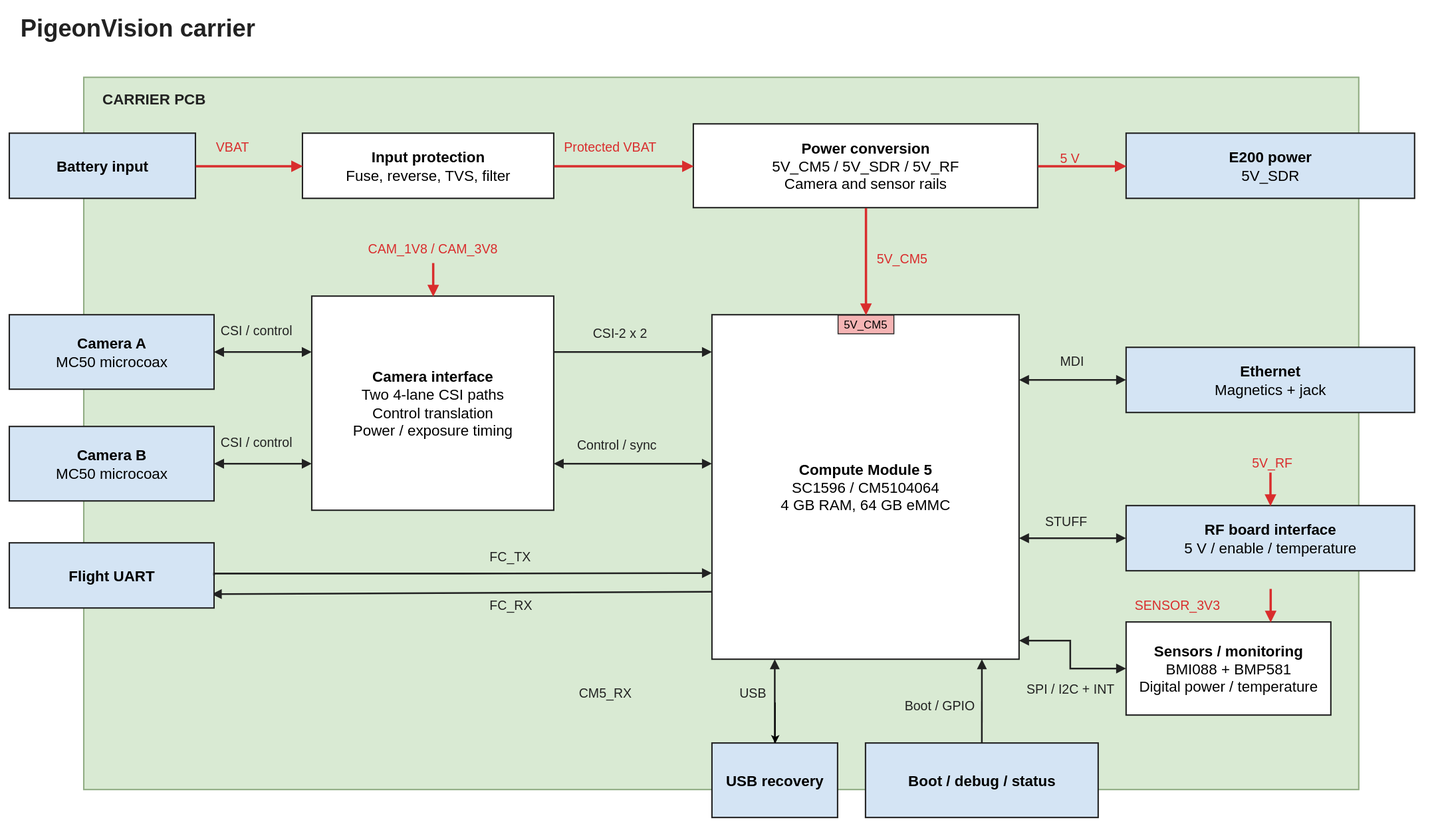
The draw.io diagram hardware/carrier/block-diagram.svg in stanford-ssi/PigeonVision, before a commit. Source tidied: cells renumbered, new cells last; positions are measured from the earlier drawing's top-left corner, leaving out a move shared by most shapes.
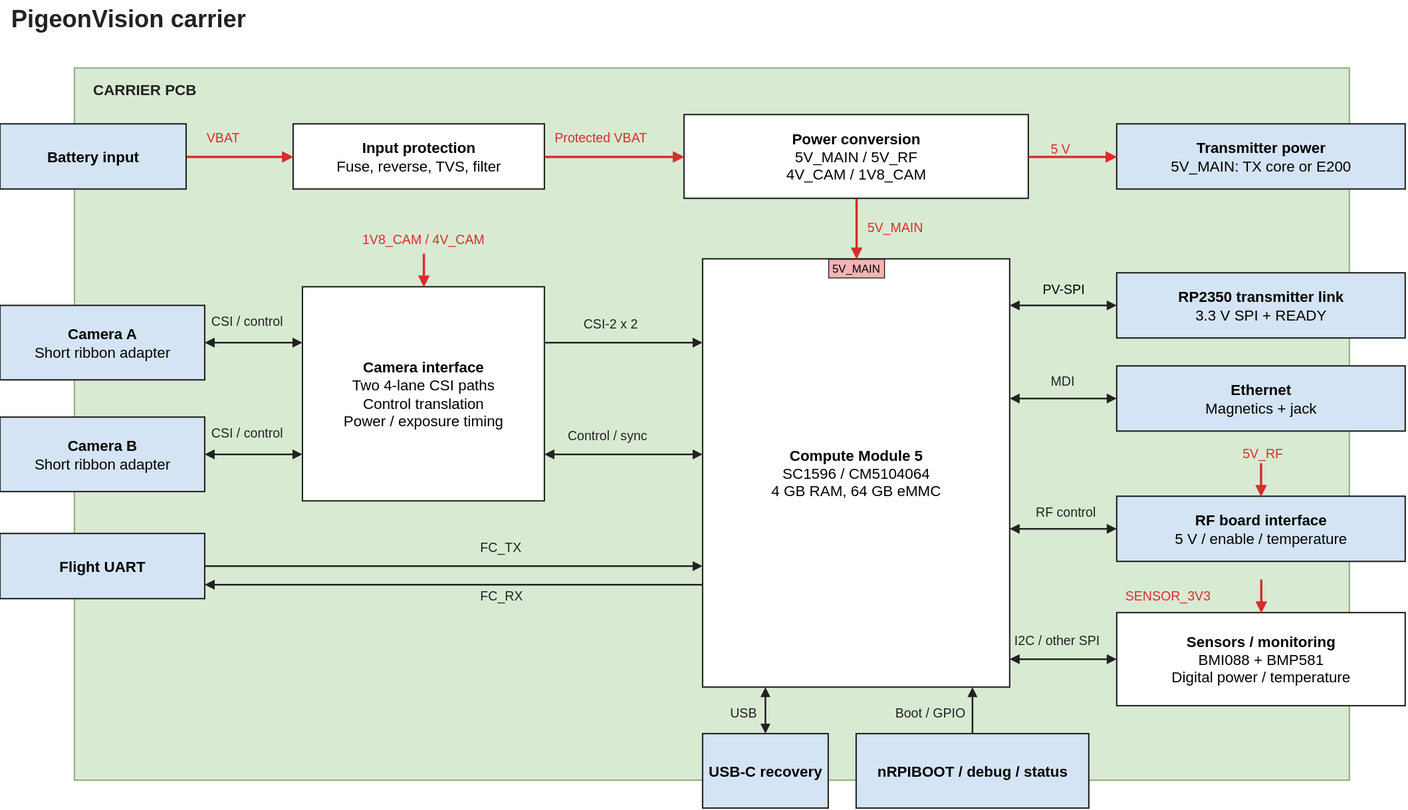
The same file after the commit.

What changed in the source:
```diff
@@ -19,6 +19,6 @@
     </mxCell>
-    <mxCell id="7" value="&lt;b&gt;Power conversion&lt;/b&gt;&lt;br&gt;5V_CM5 / 5V_SDR / 5V_RF&lt;br&gt;Camera and sensor rails" style="rounded=0;whiteSpace=wrap;html=1;fontFamily=Arial;fillColor=#ffffff;strokeColor=#222222;strokeWidth=1.5;align=center;verticalAlign=middle;fontSize=16;spacing=5;" parent="1" vertex="1">
+    <mxCell id="7" value="&lt;b&gt;Power conversion&lt;/b&gt;&lt;br&gt;5V_MAIN / 5V_RF&lt;br&gt;4V_CAM / 1V8_CAM" style="rounded=0;whiteSpace=wrap;html=1;fontFamily=Arial;fillColor=#ffffff;strokeColor=#222222;strokeWidth=1.5;align=center;verticalAlign=middle;fontSize=16;spacing=5;" parent="1" vertex="1">
       <mxGeometry x="735" y="123" width="370" height="90" as="geometry" />
     </mxCell>
-    <mxCell id="8" value="&lt;b&gt;E200 power&lt;/b&gt;&lt;br&gt;5V_SDR" style="rounded=0;whiteSpace=wrap;html=1;fontFamily=Arial;fillColor=#d4e4f4;strokeColor=#222222;strokeWidth=1.5;align=center;verticalAlign=middle;fontSize=16;spacing=5;" parent="1" vertex="1">
+    <mxCell id="8" value="&lt;b&gt;Transmitter power&lt;/b&gt;&lt;br&gt;5V_MAIN: TX core or E200" style="rounded=0;whiteSpace=wrap;html=1;fontFamily=Arial;fillColor=#d4e4f4;strokeColor=#222222;strokeWidth=1.5;align=center;verticalAlign=middle;fontSize=16;spacing=5;" parent="1" vertex="1">
       <mxGeometry x="1200" y="133" width="310" height="70" as="geometry" />
@@ -43,6 +43,6 @@
     </mxCell>
-    <mxCell id="15" value="&lt;b&gt;Camera A&lt;/b&gt;&lt;br&gt;MC50 microcoax" style="rounded=0;whiteSpace=wrap;html=1;fontFamily=Arial;fillColor=#d4e4f4;strokeColor=#222222;strokeWidth=1.5;align=center;verticalAlign=middle;fontSize=16;spacing=5;" parent="1" vertex="1">
+    <mxCell id="15" value="&lt;b&gt;Camera A&lt;/b&gt;&lt;br&gt;Short ribbon adapter" style="rounded=0;whiteSpace=wrap;html=1;fontFamily=Arial;fillColor=#d4e4f4;strokeColor=#222222;strokeWidth=1.5;align=center;verticalAlign=middle;fontSize=16;spacing=5;" parent="1" vertex="1">
       <mxGeometry y="328" width="220" height="80" as="geometry" />
     </mxCell>
-    <mxCell id="16" value="&lt;b&gt;Camera B&lt;/b&gt;&lt;br&gt;MC50 microcoax" style="rounded=0;whiteSpace=wrap;html=1;fontFamily=Arial;fillColor=#d4e4f4;strokeColor=#222222;strokeWidth=1.5;align=center;verticalAlign=middle;fontSize=16;spacing=5;" parent="1" vertex="1">
+    <mxCell id="16" value="&lt;b&gt;Camera B&lt;/b&gt;&lt;br&gt;Short ribbon adapter" style="rounded=0;whiteSpace=wrap;html=1;fontFamily=Arial;fillColor=#d4e4f4;strokeColor=#222222;strokeWidth=1.5;align=center;verticalAlign=middle;fontSize=16;spacing=5;" parent="1" vertex="1">
       <mxGeometry y="448" width="220" height="80" as="geometry" />
@@ -52,3 +52,3 @@
     </mxCell>
-    <mxCell id="18" style="edgeStyle=none;html=1;entryX=0.989;entryY=0.788;entryDx=0;entryDy=0;rounded=0;strokeColor=#222222;strokeWidth=1.8;align=center;verticalAlign=middle;fontFamily=Helvetica;fontSize=11;fontColor=default;labelBackgroundColor=default;startArrow=none;startFill=1;endArrow=block;endFill=1;exitX=0.004;exitY=0.804;exitDx=0;exitDy=0;exitPerimeter=0;entryPerimeter=0;" parent="1" edge="1" source="19" target="41">
+    <mxCell id="18" style="edgeStyle=orthogonalEdgeStyle;html=1;entryX=1;entryY=0.7857142857142857;rounded=0;strokeColor=#222222;strokeWidth=1.8;align=center;verticalAlign=middle;fontFamily=Arial;fontSize=14;fontColor=default;labelBackgroundColor=default;startArrow=none;startFill=1;endArrow=block;endFill=1;exitX=0;exitY=0.7608695652173914;exitPerimeter=0;entryPerimeter=0;jettySize=0;" parent="1" edge="1" source="19" target="41">
       <mxGeometry relative="1" as="geometry" />
@@ -56,5 +56,5 @@
     <mxCell id="19" value="&lt;b&gt;Compute Module 5&lt;/b&gt;&lt;br&gt;SC1596 / CM5104064&lt;br&gt;4 GB RAM, 64 GB eMMC" style="rounded=0;whiteSpace=wrap;html=1;fontFamily=Arial;fillColor=#ffffff;strokeColor=#222222;strokeWidth=1.5;align=center;verticalAlign=middle;fontSize=16;spacing=5;" parent="1" vertex="1">
-      <mxGeometry x="755" y="328" width="330" height="370" as="geometry" />
+      <mxGeometry x="755" y="278" width="330" height="460" as="geometry" />
     </mxCell>
-    <mxCell id="20" value="5V_CM5" style="rounded=0;html=0;fontFamily=Arial;fillColor=#f5b4b4;strokeColor=#222222;fontSize=12;align=center;" parent="19" vertex="1">
+    <mxCell id="20" value="5V_MAIN" style="rounded=0;html=0;fontFamily=Arial;fillColor=#f5b4b4;strokeColor=#222222;fontSize=12;align=center;" parent="19" vertex="1">
       <mxGeometry x="135" width="60" height="20" as="geometry" />
@@ -67,3 +67,3 @@
     </mxCell>
-    <mxCell id="22" value="CAM_1V8 / CAM_3V8" style="text;html=0;align=center;verticalAlign=middle;fillColor=none;strokeColor=none;fontFamily=Arial;fontSize=14;fontColor=#d92d2d;fontStyle=0;" parent="1" vertex="1">
+    <mxCell id="22" value="1V8_CAM / 4V_CAM" style="text;html=0;align=center;verticalAlign=middle;fillColor=none;strokeColor=none;fontFamily=Arial;fontSize=14;fontColor=#d92d2d;fontStyle=0;" parent="1" vertex="1">
       <mxGeometry x="380" y="245" width="150" height="22" as="geometry" />
@@ -73,4 +73,4 @@
     </mxCell>
-    <mxCell id="24" value="5V_CM5" style="text;html=0;align=left;verticalAlign=middle;fillColor=none;strokeColor=none;fontFamily=Arial;fontSize=14;fontColor=#d92d2d;fontStyle=0;" parent="1" vertex="1">
-      <mxGeometry x="930" y="256" width="80" height="22" as="geometry" />
+    <mxCell id="24" value="5V_MAIN" style="text;html=0;align=left;verticalAlign=middle;fillColor=none;strokeColor=none;fontFamily=Arial;fontSize=14;fontColor=#d92d2d;fontStyle=0;" parent="1" vertex="1">
+      <mxGeometry x="930" y="232" width="80" height="22" as="geometry" />
     </mxCell>
@@ -88,3 +88,3 @@
     </mxCell>
-    <mxCell id="29" style="edgeStyle=orthogonalEdgeStyle;jettySize=0;rounded=0;html=0;strokeColor=#222222;strokeWidth=1.8;endArrow=block;endFill=1;startArrow=none;startFill=1;exitX=1;exitY=0.2608695652173913;exitPerimeter=0;entryX=0;entryY=0.10810810810810811;entryPerimeter=0;" parent="1" edge="1" source="17" target="19">
+    <mxCell id="29" style="edgeStyle=orthogonalEdgeStyle;jettySize=0;rounded=0;html=0;strokeColor=#222222;strokeWidth=1.8;endArrow=block;endFill=1;startArrow=none;startFill=1;exitX=1;exitY=0.2608695652173913;exitPerimeter=0;entryX=0;entryY=0.1956521739130435;entryPerimeter=0;fontFamily=Arial;fontSize=14;" parent="1" edge="1" source="17" target="19">
       <mxGeometry relative="1" as="geometry" />
@@ -94,3 +94,3 @@
     </mxCell>
-    <mxCell id="31" style="edgeStyle=orthogonalEdgeStyle;jettySize=0;rounded=0;html=0;strokeColor=#222222;strokeWidth=1.8;endArrow=block;endFill=1;startArrow=block;startFill=1;exitX=0;exitY=0.43243243243243246;exitPerimeter=0;entryX=1;entryY=0.782608695652174;entryPerimeter=0;" parent="1" edge="1" source="19" target="17">
+    <mxCell id="31" style="edgeStyle=orthogonalEdgeStyle;jettySize=0;rounded=0;html=0;strokeColor=#222222;strokeWidth=1.8;endArrow=block;endFill=1;startArrow=block;startFill=1;exitX=0;exitY=0.45652173913043476;exitPerimeter=0;entryX=1;entryY=0.782608695652174;entryPerimeter=0;fontFamily=Arial;fontSize=14;" parent="1" edge="1" source="19" target="17">
       <mxGeometry relative="1" as="geometry" />
@@ -101,5 +101,5 @@
     <mxCell id="33" value="&lt;b&gt;Ethernet&lt;/b&gt;&lt;br&gt;Magnetics + jack" style="rounded=0;whiteSpace=wrap;html=1;fontFamily=Arial;fillColor=#d4e4f4;strokeColor=#222222;strokeWidth=1.5;align=center;verticalAlign=middle;fontSize=16;spacing=5;" parent="1" vertex="1">
-      <mxGeometry x="1200" y="363" width="310" height="70" as="geometry" />
+      <mxGeometry x="1200" y="393" width="310" height="70" as="geometry" />
     </mxCell>
-    <mxCell id="34" style="edgeStyle=orthogonalEdgeStyle;jettySize=0;rounded=0;html=0;strokeColor=#222222;strokeWidth=1.8;endArrow=block;endFill=1;startArrow=block;startFill=1;exitX=1;exitY=0.1891891891891892;exitPerimeter=0;entryX=0;entryY=0.5;entryPerimeter=0;" parent="1" edge="1" source="19" target="33">
+    <mxCell id="34" style="edgeStyle=orthogonalEdgeStyle;jettySize=0;rounded=0;html=0;strokeColor=#222222;strokeWidth=1.8;endArrow=block;endFill=1;startArrow=block;startFill=1;exitX=1;exitY=0.32608695652173914;exitPerimeter=0;entryX=0;entryY=0.5;entryPerimeter=0;fontFamily=Arial;fontSize=14;" parent="1" edge="1" source="19" target="33">
       <mxGeometry relative="1" as="geometry" />
@@ -107,3 +107,3 @@
     <mxCell id="35" value="MDI" style="text;html=0;align=left;verticalAlign=middle;fillColor=none;strokeColor=none;fontFamily=Arial;fontSize=14;fontColor=#222222;fontStyle=0;" parent="1" vertex="1">
-      <mxGeometry x="1127" y="366" width="80" height="22" as="geometry" />
+      <mxGeometry x="1127" y="397" width="80" height="22" as="geometry" />
     </mxCell>
@@ -112,11 +112,6 @@
     </mxCell>
-    <mxCell id="37" style="edgeStyle=orthogonalEdgeStyle;jettySize=0;rounded=0;html=0;strokeColor=#222222;strokeWidth=1.8;endArrow=block;endFill=1;startArrow=block;startFill=1;entryX=0;entryY=0.5;entryPerimeter=0;" parent="1" edge="1" target="36">
-      <mxGeometry relative="1" as="geometry">
-        <mxPoint x="1085" y="568" as="sourcePoint" />
-        <Array as="points">
-          <mxPoint x="1085" y="568" />
-        </Array>
-      </mxGeometry>
+    <mxCell id="37" style="edgeStyle=orthogonalEdgeStyle;jettySize=0;rounded=0;html=0;strokeColor=#222222;strokeWidth=1.8;endArrow=block;endFill=1;startArrow=block;startFill=1;entryX=0;entryY=0.5;entryPerimeter=0;exitX=1;exitY=0.6304347826086957;exitPerimeter=0;fontFamily=Arial;fontSize=14;" parent="1" edge="1" source="19" target="36">
+      <mxGeometry relative="1" as="geometry" />
     </mxCell>
-    <mxCell id="38" value="STUFF" style="text;html=0;align=left;verticalAlign=middle;fillColor=none;strokeColor=none;fontFamily=Arial;fontSize=14;fontColor=#222222;fontStyle=0;" parent="1" vertex="1">
+    <mxCell id="38" value="RF control" style="text;html=0;align=left;verticalAlign=middle;fillColor=none;strokeColor=none;fontFamily=Arial;fontSize=14;fontColor=#222222;fontStyle=0;" parent="1" vertex="1">
       <mxGeometry x="1111" y="538" width="80" height="22" as="geometry" />
@@ -135,9 +130,4 @@
     </mxCell>
-    <mxCell id="42" style="edgeStyle=orthogonalEdgeStyle;jettySize=0;rounded=0;html=0;strokeColor=#222222;strokeWidth=1.8;endArrow=block;endFill=1;startArrow=none;startFill=1;exitX=1;exitY=0.5;exitPerimeter=0;entryX=0;entryY=0.75;entryDx=0;entryDy=0;" parent="1" edge="1" source="41" target="19">
-      <mxGeometry relative="1" as="geometry">
-        <Array as="points">
-          <mxPoint x="220" y="606" />
-          <mxPoint x="488" y="606" />
-        </Array>
-      </mxGeometry>
+    <mxCell id="42" style="edgeStyle=orthogonalEdgeStyle;jettySize=0;rounded=0;html=0;strokeColor=#222222;strokeWidth=1.8;endArrow=block;endFill=1;startArrow=none;startFill=1;exitX=1;exitY=0.5;exitPerimeter=0;entryX=0;entryY=0.717391304347826;entryPerimeter=0;fontFamily=Arial;fontSize=14;" parent="1" edge="1" source="41" target="19">
+      <mxGeometry relative="1" as="geometry" />
     </mxCell>
@@ -146,7 +136,4 @@
     </mxCell>
-    <mxCell id="44" value="CM5_RX" style="text;html=0;align=left;verticalAlign=middle;fillColor=none;strokeColor=none;fontFamily=Arial;fontSize=14;fontColor=#222222;fontStyle=0;" parent="1" vertex="1">
-      <mxGeometry x="610" y="722" width="80" height="22" as="geometry" />
-    </mxCell>
     <mxCell id="45" value="&lt;b&gt;Sensors / monitoring&lt;/b&gt;&lt;br&gt;BMI088 + BMP581&lt;br&gt;Digital power / temperature" style="rounded=0;whiteSpace=wrap;html=1;fontFamily=Arial;fillColor=#ffffff;strokeColor=#222222;strokeWidth=1.5;align=center;verticalAlign=middle;fontSize=16;spacing=5;" parent="1" vertex="1">
-      <mxGeometry x="1200" y="658" width="220" height="100" as="geometry" />
+      <mxGeometry x="1200" y="658" width="310" height="100" as="geometry" />
     </mxCell>
@@ -161,32 +148,22 @@
     </mxCell>
-    <mxCell id="48" style="edgeStyle=orthogonalEdgeStyle;jettySize=0;rounded=0;html=0;strokeColor=#222222;strokeWidth=1.8;endArrow=block;endFill=1;startArrow=block;startFill=1;exitX=0;exitY=0.5;exitPerimeter=0;entryX=1;entryY=0.9459459459459459;entryPerimeter=0;" parent="1" edge="1" source="45" target="19">
-      <mxGeometry relative="1" as="geometry">
-        <Array as="points">
-          <mxPoint x="1140" y="708" />
-          <mxPoint x="1140" y="678" />
-        </Array>
-      </mxGeometry>
+    <mxCell id="48" style="edgeStyle=orthogonalEdgeStyle;jettySize=0;rounded=0;html=0;strokeColor=#222222;strokeWidth=1.8;endArrow=block;endFill=1;startArrow=block;startFill=1;exitX=0;exitY=0.5;exitPerimeter=0;entryX=1;entryY=0.9347826086956522;entryPerimeter=0;fontFamily=Arial;fontSize=14;" parent="1" edge="1" source="45" target="19">
+      <mxGeometry relative="1" as="geometry" />
     </mxCell>
-    <mxCell id="49" value="SPI / I2C + INT" style="text;html=0;align=left;verticalAlign=middle;fillColor=none;strokeColor=none;fontFamily=Arial;fontSize=14;fontColor=#222222;fontStyle=0;" parent="1" vertex="1">
-      <mxGeometry x="1091" y="718" width="120" height="22" as="geometry" />
+    <mxCell id="49" value="I2C / other SPI" style="text;html=0;align=left;verticalAlign=middle;fillColor=none;strokeColor=none;fontFamily=Arial;fontSize=14;fontColor=#222222;fontStyle=0;" parent="1" vertex="1">
+      <mxGeometry x="1088" y="676" width="120" height="22" as="geometry" />
     </mxCell>
-    <mxCell id="50" style="edgeStyle=none;html=1;rounded=0;strokeColor=#222222;strokeWidth=1.8;align=center;verticalAlign=middle;fontFamily=Helvetica;fontSize=11;fontColor=default;labelBackgroundColor=default;startArrow=none;startFill=1;endArrow=block;endFill=1;" parent="1" edge="1" source="51">
-      <mxGeometry relative="1" as="geometry">
-        <mxPoint x="822.5" y="698" as="targetPoint" />
-      </mxGeometry>
+    <mxCell id="50" style="edgeStyle=orthogonalEdgeStyle;html=1;rounded=0;strokeColor=#222222;strokeWidth=1.8;align=center;verticalAlign=middle;fontFamily=Arial;fontSize=14;fontColor=default;labelBackgroundColor=default;endArrow=block;endFill=1;jettySize=0;exitX=0.5;exitY=0;entryX=0.20454545454545456;entryY=1;exitPerimeter=0;entryPerimeter=0;startArrow=block;startFill=1;" parent="1" edge="1" source="51" target="19">
+      <mxGeometry relative="1" as="geometry" />
     </mxCell>
-    <mxCell id="51" value="&lt;b&gt;USB recovery&lt;/b&gt;" style="rounded=0;whiteSpace=wrap;html=1;fontFamily=Arial;fillColor=#d4e4f4;strokeColor=#222222;strokeWidth=1.5;align=center;verticalAlign=middle;fontSize=16;spacing=5;" parent="1" vertex="1">
+    <mxCell id="51" value="&lt;b&gt;USB-C recovery&lt;/b&gt;" style="rounded=0;whiteSpace=wrap;html=1;fontFamily=Arial;fillColor=#d4e4f4;strokeColor=#222222;strokeWidth=1.5;align=center;verticalAlign=middle;fontSize=16;spacing=5;" parent="1" vertex="1">
       <mxGeometry x="755" y="788" width="135" height="80" as="geometry" />
     </mxCell>
-    <mxCell id="52" value="&lt;b&gt;Boot / debug / status&lt;/b&gt;" style="rounded=0;whiteSpace=wrap;html=1;fontFamily=Arial;fillColor=#d4e4f4;strokeColor=#222222;strokeWidth=1.5;align=center;verticalAlign=middle;fontSize=16;spacing=5;" parent="1" vertex="1">
+    <mxCell id="52" value="&lt;b&gt;nRPIBOOT / debug / status&lt;/b&gt;" style="rounded=0;whiteSpace=wrap;html=1;fontFamily=Arial;fillColor=#d4e4f4;strokeColor=#222222;strokeWidth=1.5;align=center;verticalAlign=middle;fontSize=16;spacing=5;" parent="1" vertex="1">
       <mxGeometry x="920" y="788" width="250" height="80" as="geometry" />
     </mxCell>
-    <mxCell id="53" style="edgeStyle=none;html=1;" parent="1" edge="1" source="54" target="51">
-      <mxGeometry relative="1" as="geometry" />
-    </mxCell>
     <mxCell id="54" value="USB" style="text;html=0;align=left;verticalAlign=middle;fillColor=none;strokeColor=none;fontFamily=Arial;fontSize=14;fontColor=#222222;fontStyle=0;" parent="1" vertex="1">
-      <mxGeometry x="782.5" y="722" width="80" height="22" as="geometry" />
+      <mxGeometry x="782.5" y="754" width="80" height="22" as="geometry" />
     </mxCell>
     <mxCell id="55" value="Boot / GPIO" style="text;html=0;align=left;verticalAlign=middle;fillColor=none;strokeColor=none;fontFamily=Arial;fontSize=14;fontColor=#222222;fontStyle=0;" parent="1" vertex="1">
-      <mxGeometry x="960" y="736" width="88" height="22" as="geometry" />
+      <mxGeometry x="960" y="754" width="88" height="22" as="geometry" />
     </mxCell>
@@ -195,5 +172,13 @@
     </mxCell>
-    <mxCell id="57" style="edgeStyle=none;html=1;entryX=0.879;entryY=1;entryDx=0;entryDy=0;entryPerimeter=0;rounded=0;strokeColor=#222222;strokeWidth=1.8;align=center;verticalAlign=middle;fontFamily=Helvetica;fontSize=11;fontColor=default;labelBackgroundColor=default;startArrow=none;startFill=1;endArrow=block;endFill=1;" parent="1" edge="1" source="52" target="19">
+    <mxCell id="57" style="edgeStyle=orthogonalEdgeStyle;html=1;entryX=0.8787878787878788;entryY=1;entryPerimeter=0;rounded=0;strokeColor=#222222;strokeWidth=1.8;align=center;verticalAlign=middle;fontFamily=Arial;fontSize=14;fontColor=default;labelBackgroundColor=default;startArrow=none;startFill=1;endArrow=block;endFill=1;jettySize=0;exitX=0.5;exitY=0;exitPerimeter=0;" parent="1" edge="1" source="52" target="19">
       <mxGeometry relative="1" as="geometry" />
     </mxCell>
+    <mxCell id="58" value="&lt;b&gt;RP2350 transmitter link&lt;/b&gt;&lt;br&gt;3.3 V SPI + READY" style="rounded=0;whiteSpace=wrap;html=1;fontFamily=Arial;fillColor=#d4e4f4;strokeColor=#222222;strokeWidth=1.5;align=center;verticalAlign=middle;fontSize=16;spacing=5;" parent="1" vertex="1">
+      <mxGeometry x="1200" y="293" width="310" height="70" as="geometry" />
+    </mxCell>
+    <mxCell id="59" value="PV-SPI" style="edgeStyle=orthogonalEdgeStyle;rounded=0;strokeColor=#222222;strokeWidth=1.8;endArrow=block;startArrow=block;endFill=1;startFill=1;exitX=1;exitY=0.10869565217391304;exitPerimeter=0;entryX=0;entryY=0.5;entryPerimeter=0;jettySize=0;fontFamily=Arial;fontSize=14;labelBackgroundColor=none;" parent="1" edge="1" source="19" target="58">
+      <mxGeometry relative="1" as="geometry">
+        <mxPoint y="-18" as="offset" />
+      </mxGeometry>
+    </mxCell>
   </root>
```
